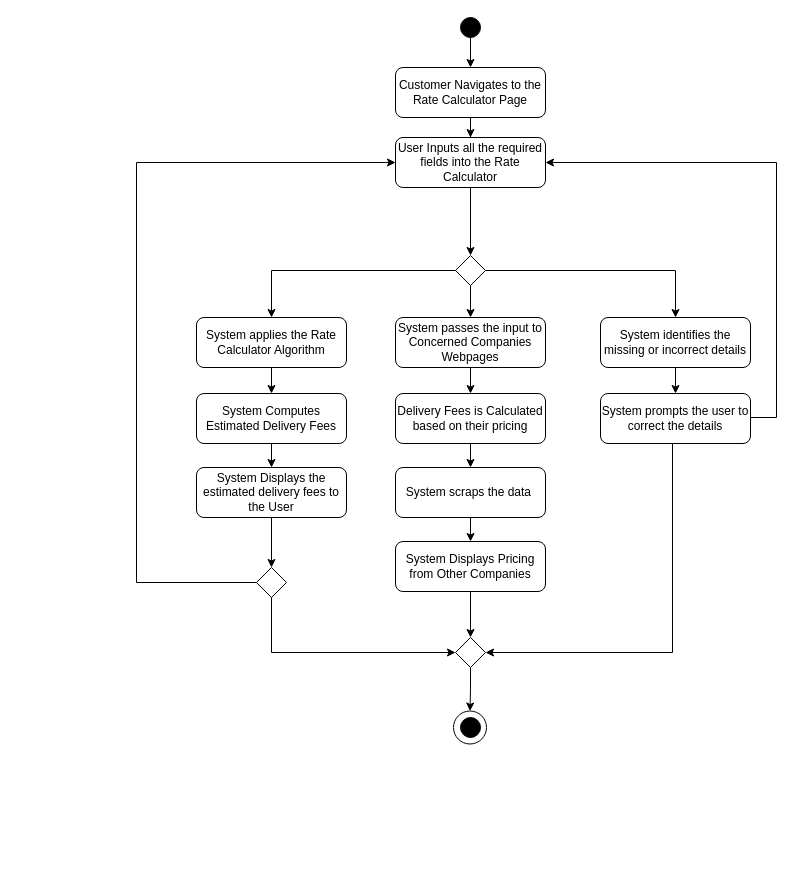
Before: page "Page-4" (4 of 8) of UC-2(Activity Diagram).drawio in IamSaqibJaved/Diagrams, a draw.io diagram. Source tidied: cells renumbered, new cells numbered last; positions are measured from the earlier drawing's top-left corner, leaving out a move shared by most shapes. Both pictures are drawn from the tidied source at 100%, with x=0, y=0 at pixel (136, 17).
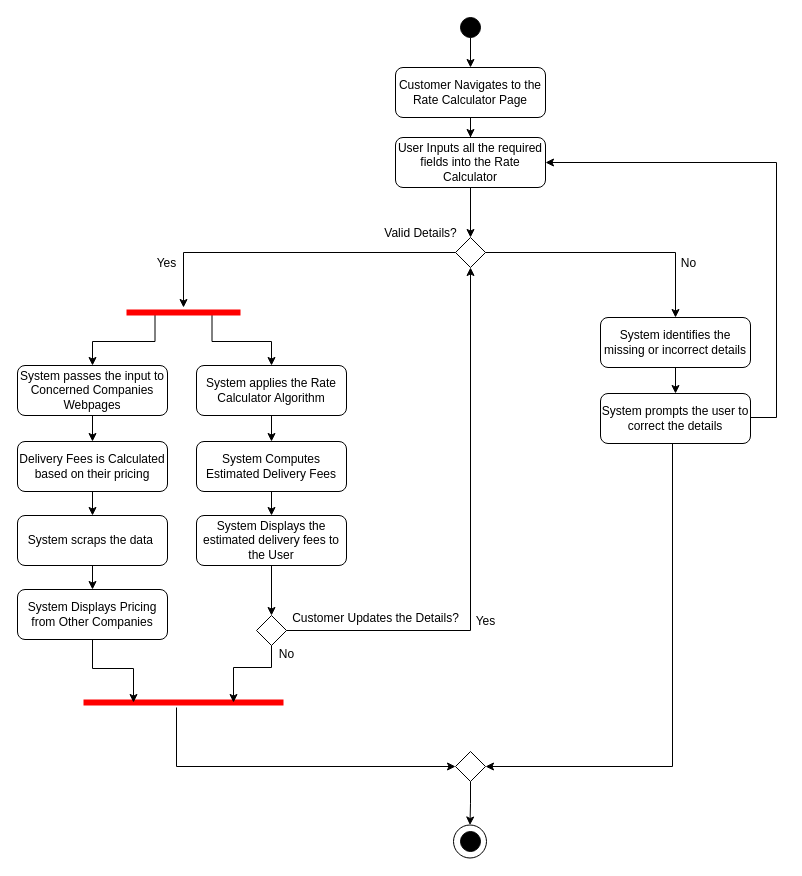
Above is the later version.

Unchanged cells that the change refers to:
```xml
<mxCell id="7" value="User Inputs all the required fields into the Rate Calculator" style="rounded=1;whiteSpace=wrap;html=1;fillColor=none;" parent="1" vertex="1">
  <mxGeometry x="259" y="120" width="150" height="50" as="geometry" />
</mxCell>
```

Change to the diagram source:
```diff
@@
-    <mxCell id="9" style="edgeStyle=orthogonalEdgeStyle;rounded=0;jettySize=auto;html=1;entryX=0.5;entryY=0;entryDx=0;entryDy=0;" parent="1" edge="1" source="11" target="13">
-      <mxGeometry relative="1" as="geometry" />
-    </mxCell>
-    <mxCell id="10" style="edgeStyle=orthogonalEdgeStyle;rounded=0;jettySize=auto;html=1;entryX=0.5;entryY=0;entryDx=0;entryDy=0;" parent="1" edge="1" source="11" target="31">
-      <mxGeometry relative="1" as="geometry" />
-    </mxCell>
     <mxCell id="11" style="rhombus;whiteSpace=wrap;html=1;fillColor=none;" parent="1" vertex="1">
-      <mxGeometry x="319" y="238" width="30" height="30" as="geometry" />
+      <mxGeometry x="319" y="220" width="30" height="30" as="geometry" />
     </mxCell>
@@
     <mxCell id="13" value="System applies the Rate Calculator Algorithm" style="rounded=1;whiteSpace=wrap;html=1;fillColor=none;" parent="1" vertex="1">
-      <mxGeometry x="60" y="300" width="150" height="50" as="geometry" />
+      <mxGeometry x="60" y="348" width="150" height="50" as="geometry" />
     </mxCell>
@@
     <mxCell id="15" value="System Computes Estimated Delivery Fees" style="rounded=1;whiteSpace=wrap;html=1;fillColor=none;" parent="1" vertex="1">
-      <mxGeometry x="60" y="376" width="150" height="50" as="geometry" />
+      <mxGeometry x="60" y="424" width="150" height="50" as="geometry" />
     </mxCell>
@@
     <mxCell id="17" value="System Displays the estimated delivery fees to the User" style="rounded=1;whiteSpace=wrap;html=1;fillColor=none;" parent="1" vertex="1">
-      <mxGeometry x="60" y="450" width="150" height="50" as="geometry" />
+      <mxGeometry x="60" y="498" width="150" height="50" as="geometry" />
     </mxCell>
@@
     <mxCell id="21" style="edgeStyle=orthogonalEdgeStyle;rounded=0;jettySize=auto;html=1;entryX=1;entryY=0.5;entryDx=0;entryDy=0;" parent="1" edge="1" target="27">
       <mxGeometry relative="1" as="geometry">
         <mxPoint x="536" y="426" as="sourcePoint" />
         <Array as="points">
-          <mxPoint x="536" y="635" />
+          <mxPoint x="536" y="749" />
         </Array>
       </mxGeometry>
     </mxCell>
@@
-    <mxCell id="23" style="edgeStyle=orthogonalEdgeStyle;rounded=0;jettySize=auto;html=1;entryX=0;entryY=0.5;entryDx=0;entryDy=0;" parent="1" edge="1" source="25" target="7">
+    <mxCell id="23" style="edgeStyle=orthogonalEdgeStyle;rounded=0;jettySize=auto;html=1;entryX=0.5;entryY=1;entryDx=0;entryDy=0;" parent="1" edge="1" source="25" target="11">
       <mxGeometry relative="1" as="geometry">
         <Array as="points">
-          <mxPoint y="565" />
-          <mxPoint y="145" />
+          <mxPoint x="334" y="613" />
         </Array>
       </mxGeometry>
     </mxCell>
-    <mxCell id="24" style="edgeStyle=orthogonalEdgeStyle;rounded=0;jettySize=auto;html=1;entryX=0;entryY=0.5;entryDx=0;entryDy=0;" parent="1" edge="1" source="25" target="27">
-      <mxGeometry relative="1" as="geometry">
-        <Array as="points">
-          <mxPoint x="135" y="635" />
-        </Array>
-      </mxGeometry>
-    </mxCell>
     <mxCell id="25" style="rhombus;whiteSpace=wrap;html=1;fillColor=none;" parent="1" vertex="1">
-      <mxGeometry x="120" y="550" width="30" height="30" as="geometry" />
+      <mxGeometry x="120" y="598" width="30" height="30" as="geometry" />
     </mxCell>
@@
     <mxCell id="27" style="rhombus;whiteSpace=wrap;html=1;fillColor=none;" parent="1" vertex="1">
-      <mxGeometry x="319" y="620" width="30" height="30" as="geometry" />
+      <mxGeometry x="319" y="734" width="30" height="30" as="geometry" />
     </mxCell>
     <mxCell id="28" style="ellipse;whiteSpace=wrap;html=1;labelBackgroundColor=none;fillColor=#000000;" parent="1" vertex="1">
-      <mxGeometry x="324" y="700" width="20" height="20" as="geometry" />
+      <mxGeometry x="324" y="814" width="20" height="20" as="geometry" />
     </mxCell>
     <mxCell id="29" style="ellipse;whiteSpace=wrap;html=1;fillColor=none;" parent="1" vertex="1">
-      <mxGeometry x="317" y="693.5" width="33" height="33" as="geometry" />
+      <mxGeometry x="317" y="807.5" width="33" height="33" as="geometry" />
     </mxCell>
+    <mxCell id="38" style="edgeStyle=orthogonalEdgeStyle;rounded=0;jettySize=auto;html=1;" parent="1" edge="1" source="11" target="41">
+      <mxGeometry relative="1" as="geometry">
+        <Array as="points">
+          <mxPoint x="47" y="235" />
+        </Array>
+      </mxGeometry>
+    </mxCell>
+    <mxCell id="39" style="edgeStyle=orthogonalEdgeStyle;rounded=0;jettySize=auto;html=1;exitX=0.75;exitY=0.5;exitDx=0;exitDy=0;exitPerimeter=0;entryX=0.5;entryY=0;entryDx=0;entryDy=0;" parent="1" edge="1" source="41" target="13">
+      <mxGeometry relative="1" as="geometry" />
+    </mxCell>
+    <mxCell id="40" style="edgeStyle=orthogonalEdgeStyle;rounded=0;jettySize=auto;html=1;exitX=0.25;exitY=0.5;exitDx=0;exitDy=0;exitPerimeter=0;entryX=0.5;entryY=0;entryDx=0;entryDy=0;" parent="1" edge="1" source="41" target="31">
+      <mxGeometry relative="1" as="geometry" />
+    </mxCell>
+    <mxCell id="41" style="shape=line;html=1;strokeWidth=6;strokeColor=#ff0000;" parent="1" vertex="1">
+      <mxGeometry x="-10" y="290" width="114" height="10" as="geometry" />
+    </mxCell>
@@
     <mxCell id="31" value="System passes the input to Concerned Companies Webpages" style="rounded=1;whiteSpace=wrap;html=1;fillColor=none;" parent="1" vertex="1">
-      <mxGeometry x="259" y="300" width="150" height="50" as="geometry" />
+      <mxGeometry x="-119" y="348" width="150" height="50" as="geometry" />
     </mxCell>
@@
     <mxCell id="33" value="Delivery Fees is Calculated based on their pricing" style="rounded=1;whiteSpace=wrap;html=1;fillColor=none;" parent="1" vertex="1">
-      <mxGeometry x="259" y="376" width="150" height="50" as="geometry" />
+      <mxGeometry x="-119" y="424" width="150" height="50" as="geometry" />
     </mxCell>
@@
     <mxCell id="35" value="System scraps the data&amp;nbsp;" style="rounded=1;whiteSpace=wrap;html=1;fillColor=none;" parent="1" vertex="1">
-      <mxGeometry x="259" y="450" width="150" height="50" as="geometry" />
+      <mxGeometry x="-119" y="498" width="150" height="50" as="geometry" />
     </mxCell>
-    <mxCell id="36" style="edgeStyle=orthogonalEdgeStyle;rounded=0;jettySize=auto;html=1;entryX=0.5;entryY=0;entryDx=0;entryDy=0;" parent="1" edge="1" source="37" target="27">
-      <mxGeometry relative="1" as="geometry" />
-    </mxCell>
     <mxCell id="37" value="System Displays Pricing from Other Companies" style="rounded=1;whiteSpace=wrap;html=1;fillColor=none;" parent="1" vertex="1">
-      <mxGeometry x="259" y="524" width="150" height="50" as="geometry" />
+      <mxGeometry x="-119" y="572" width="150" height="50" as="geometry" />
     </mxCell>
+    <mxCell id="42" value="Yes" style="text;html=1;align=center;verticalAlign=middle;strokeColor=none;fillColor=none;" parent="1" vertex="1">
+      <mxGeometry x="10" y="231" width="40" height="30" as="geometry" />
+    </mxCell>
+    <mxCell id="43" value="No" style="text;html=1;align=center;verticalAlign=middle;strokeColor=none;fillColor=none;" parent="1" vertex="1">
+      <mxGeometry x="532" y="231" width="40" height="30" as="geometry" />
+    </mxCell>
+    <mxCell id="44" value="Valid Details?" style="text;html=1;align=center;verticalAlign=middle;strokeColor=none;fillColor=none;" parent="1" vertex="1">
+      <mxGeometry x="234" y="201" width="100" height="30" as="geometry" />
+    </mxCell>
+    <mxCell id="45" style="edgeStyle=orthogonalEdgeStyle;rounded=0;jettySize=auto;html=1;entryX=0;entryY=0.5;entryDx=0;entryDy=0;" parent="1" edge="1" source="46" target="27">
+      <mxGeometry relative="1" as="geometry">
+        <Array as="points">
+          <mxPoint x="40" y="749" />
+        </Array>
+      </mxGeometry>
+    </mxCell>
+    <mxCell id="46" style="shape=line;html=1;strokeWidth=6;strokeColor=#ff0000;" parent="1" vertex="1">
+      <mxGeometry x="-53" y="680" width="200" height="10" as="geometry" />
+    </mxCell>
+    <mxCell id="47" style="edgeStyle=orthogonalEdgeStyle;rounded=0;jettySize=auto;html=1;entryX=0.75;entryY=0.5;entryDx=0;entryDy=0;entryPerimeter=0;" parent="1" edge="1" source="25" target="46">
+      <mxGeometry relative="1" as="geometry">
+        <Array as="points">
+          <mxPoint x="135" y="650" />
+          <mxPoint x="97" y="650" />
+        </Array>
+      </mxGeometry>
+    </mxCell>
+    <mxCell id="48" style="edgeStyle=orthogonalEdgeStyle;rounded=0;jettySize=auto;html=1;entryX=0.25;entryY=0.5;entryDx=0;entryDy=0;entryPerimeter=0;" parent="1" edge="1" source="37" target="46">
+      <mxGeometry relative="1" as="geometry" />
+    </mxCell>
+    <mxCell id="49" value="Yes" style="text;html=1;align=center;verticalAlign=middle;strokeColor=none;fillColor=none;" parent="1" vertex="1">
+      <mxGeometry x="329" y="589" width="40" height="30" as="geometry" />
+    </mxCell>
+    <mxCell id="50" value="No" style="text;html=1;align=center;verticalAlign=middle;strokeColor=none;fillColor=none;" parent="1" vertex="1">
+      <mxGeometry x="130" y="622" width="40" height="30" as="geometry" />
+    </mxCell>
+    <mxCell id="51" value="Customer Updates the Details?" style="text;html=1;align=center;verticalAlign=middle;strokeColor=none;fillColor=none;" parent="1" vertex="1">
+      <mxGeometry x="144" y="586" width="190" height="30" as="geometry" />
+    </mxCell>
```
